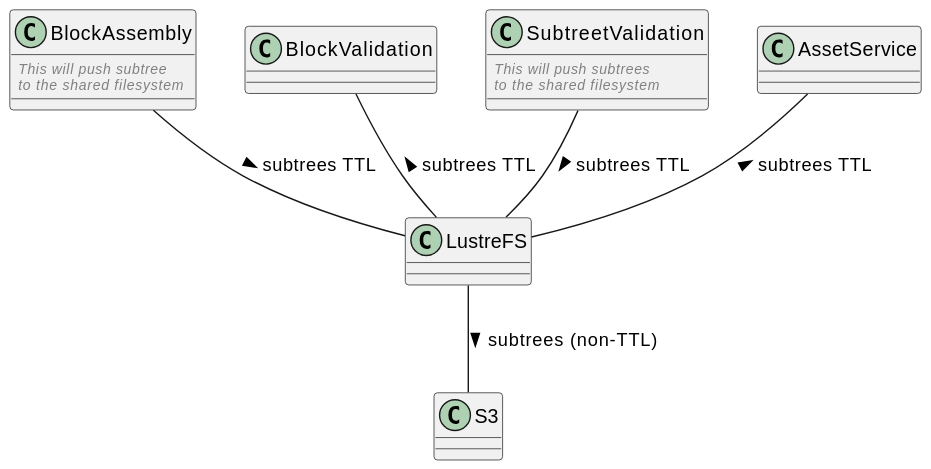
Before: docs/lustre_fs.svg, a diagram exported from PlantUML (freemans13/teranode). Its source is kept beside it as docs/lustre_fs.puml.
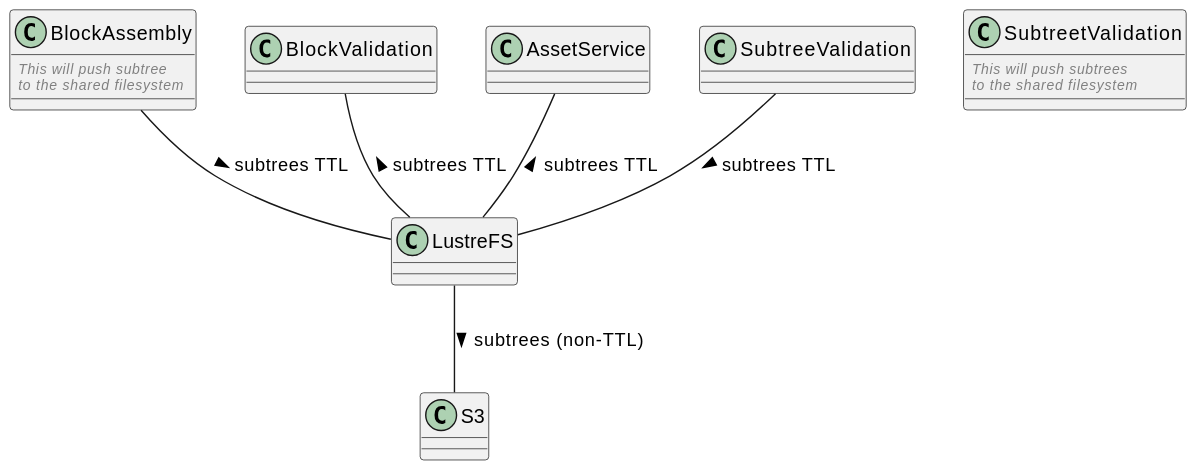
Later version of the same file.

Commit message:
Documentation - correct Lustre SVG

Change to the diagram source:
```diff
@@ -24,7 +24,7 @@
 
 BlockAssembly -- LustreFS : subtrees TTL >
 BlockValidation -- LustreFS : subtrees TTL <
-SubtreetValidation -- LustreFS : subtrees TTL >
+SubtreeValidation -- LustreFS : subtrees TTL >
 AssetService -- LustreFS : subtrees TTL <
 LustreFS -- S3 : subtrees (non-TTL) >
 @enduml
```
